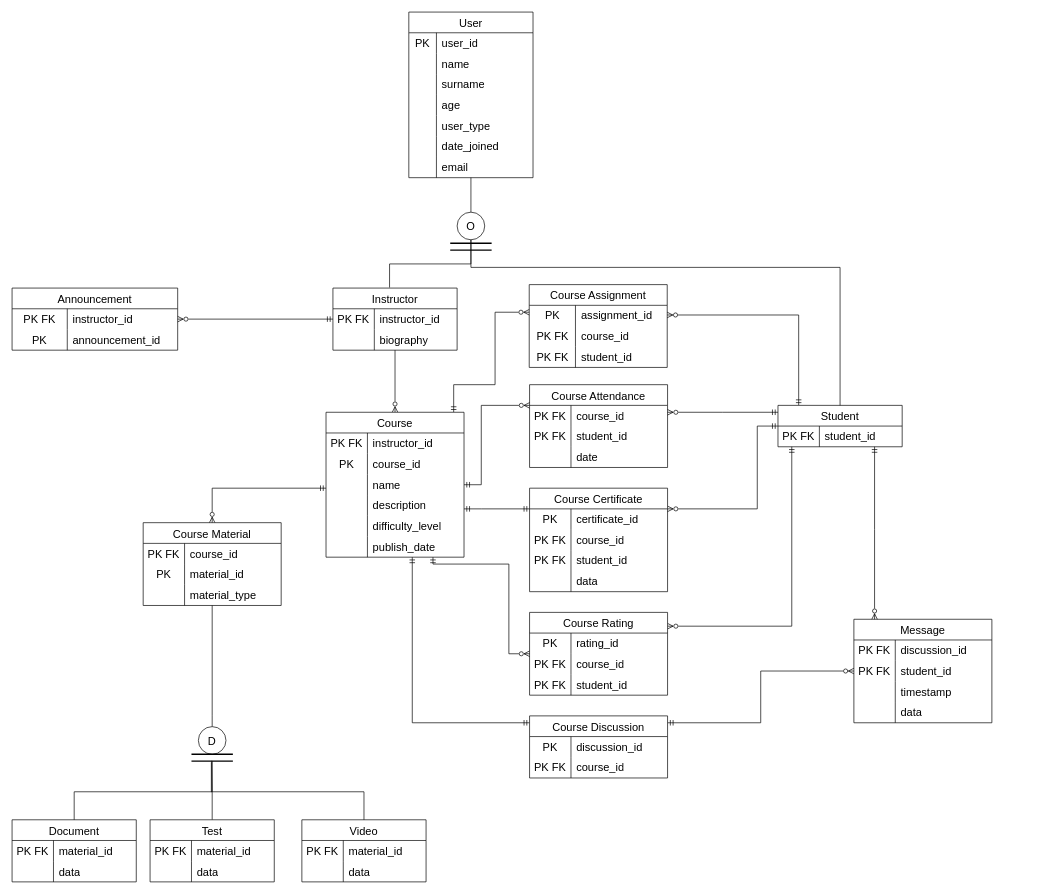
Earlier version of the draw.io diagram Başlıksız Diyagram.drawio (Luieitalian/VTYS). Source tidied: cells renumbered, new cells numbered last; positions are measured from the earlier drawing's top-left corner, leaving out a move shared by most shapes. Both pictures are drawn from the tidied source at 69%, with x=0, y=0 at pixel (12, 12).
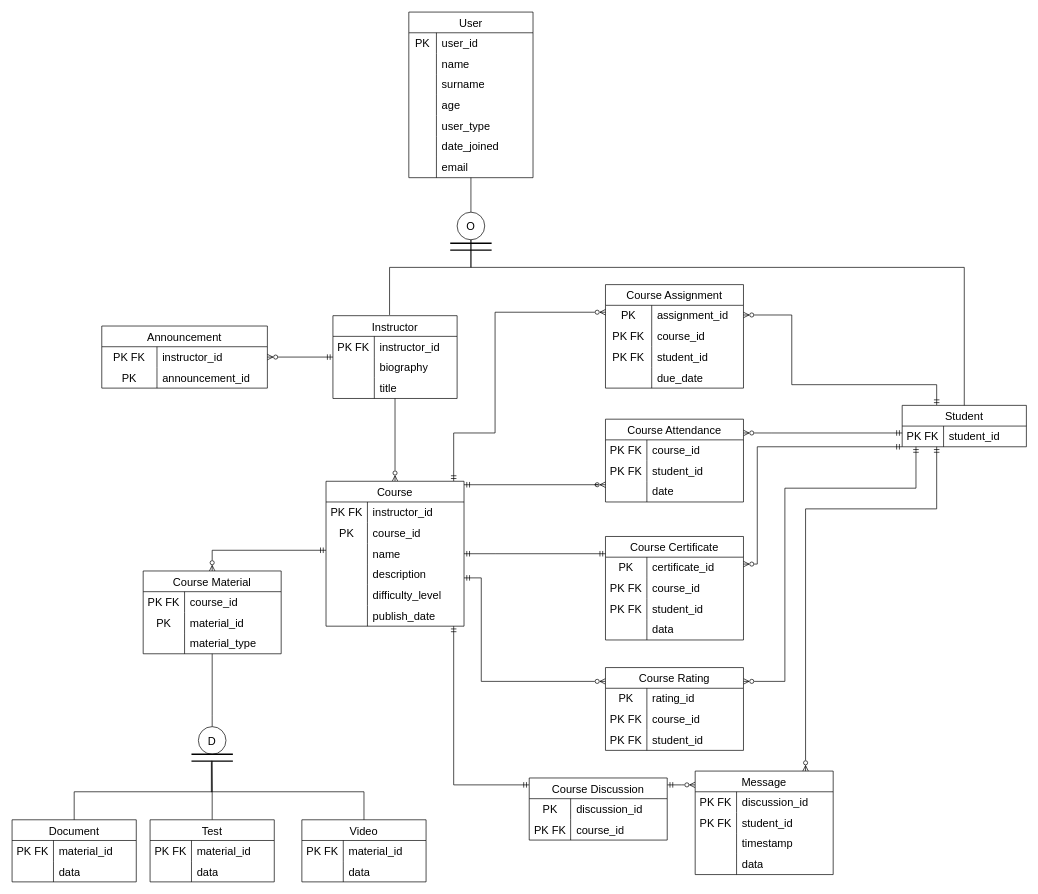
After the change.

Unchanged cells that the change refers to:
```xml
<mxCell id="42" value="O" style="ellipse;whiteSpace=wrap;html=1;fontSize=16;startSize=30;fontStyle=0;" parent="1" vertex="1">
  <mxGeometry x="645" y="290" width="40" height="40" as="geometry" />
</mxCell>
```

Change to the diagram source:
```diff
@@
     <mxCell id="25" style="edgeStyle=orthogonalEdgeStyle;jettySize=auto;html=1;strokeColor=default;rounded=0;startArrow=ERmandOne;startFill=0;endArrow=ERzeroToMany;endFill=0;jumpStyle=none;shadow=0;" parent="1" edge="1" source="49" target="129">
       <mxGeometry relative="1" as="geometry">
         <Array as="points">
-          <mxPoint x="640" y="540" />
-          <mxPoint x="700" y="540" />
+          <mxPoint x="640" y="610" />
+          <mxPoint x="700" y="610" />
           <mxPoint x="700" y="435" />
         </Array>
       </mxGeometry>
     </mxCell>
@@
     <mxCell id="27" value="Instructor" style="shape=table;startSize=30;childLayout=tableLayout;rowLines=0;fontStyle=0;strokeColor=default;fontSize=16;" parent="1" vertex="1">
-      <mxGeometry x="465" y="400" width="180" height="90" as="geometry" />
+      <mxGeometry x="465" y="440" width="180" height="120" as="geometry" />
     </mxCell>
@@
+    <mxCell id="182" style="shape=tableRow;horizontal=0;startSize=0;swimlaneHead=0;swimlaneBody=0;top=0;left=0;bottom=0;right=0;fillColor=none;strokeColor=inherit;fontSize=16;" parent="27" vertex="1">
+      <mxGeometry y="90" width="180" height="30" as="geometry" />
+    </mxCell>
+    <mxCell id="183" style="shape=partialRectangle;html=1;whiteSpace=wrap;fillColor=none;top=0;left=0;bottom=0;right=0;overflow=hidden;strokeColor=inherit;fontSize=16;" parent="182" vertex="1">
+      <mxGeometry width="60" height="30" as="geometry" />
+    </mxCell>
+    <mxCell id="184" value="title" style="shape=partialRectangle;html=1;whiteSpace=wrap;fillColor=none;top=0;left=0;bottom=0;right=0;align=left;spacingLeft=6;overflow=hidden;strokeColor=inherit;fontSize=16;" parent="182" vertex="1">
+      <mxGeometry x="60" width="120" height="30" as="geometry" />
+    </mxCell>
     <mxCell id="34" style="edgeStyle=orthogonalEdgeStyle;rounded=0;jettySize=auto;html=1;startArrow=ERmandOne;startFill=0;endArrow=ERzeroToMany;endFill=0;" parent="1" edge="1" source="37" target="68">
       <mxGeometry relative="1" as="geometry">
         <Array as="points">
-          <mxPoint x="1030" y="580" />
-          <mxPoint x="1030" y="580" />
+          <mxPoint x="1100" y="610" />
+          <mxPoint x="1100" y="610" />
         </Array>
       </mxGeometry>
     </mxCell>
     <mxCell id="35" style="edgeStyle=orthogonalEdgeStyle;rounded=0;jettySize=auto;html=1;startArrow=ERmandOne;startFill=0;endArrow=ERzeroToMany;endFill=0;" parent="1" edge="1" source="37" target="129">
       <mxGeometry relative="1" as="geometry">
         <Array as="points">
-          <mxPoint x="1140" y="439" />
+          <mxPoint x="1340" y="540" />
+          <mxPoint x="1130" y="540" />
+          <mxPoint x="1130" y="439" />
         </Array>
       </mxGeometry>
     </mxCell>
     <mxCell id="36" style="edgeStyle=orthogonalEdgeStyle;rounded=0;jettySize=auto;html=1;endArrow=ERzeroToMany;endFill=0;startArrow=ERmandOne;startFill=0;" parent="1" edge="1" source="37" target="157">
       <mxGeometry relative="1" as="geometry">
         <Array as="points">
-          <mxPoint x="1080" y="720" />
+          <mxPoint x="1080" y="630" />
+          <mxPoint x="1080" y="800" />
         </Array>
       </mxGeometry>
     </mxCell>
     <mxCell id="37" value="Student" style="shape=table;startSize=30;childLayout=tableLayout;rowLines=0;fontStyle=0;strokeColor=default;fontSize=16;" parent="1" vertex="1">
-      <mxGeometry x="1110" y="570" width="180" height="60" as="geometry" />
+      <mxGeometry x="1290" y="570" width="180" height="60" as="geometry" />
     </mxCell>
@@
     <mxCell id="41" style="edgeStyle=orthogonalEdgeStyle;rounded=0;jettySize=auto;html=1;entryX=0.5;entryY=0;entryDx=0;entryDy=0;exitX=0.5;exitY=1;exitDx=0;exitDy=0;endArrow=none;endFill=0;" parent="1" edge="1" source="42" target="37">
       <mxGeometry relative="1" as="geometry">
         <Array as="points">
           <mxPoint x="665" y="370" />
-          <mxPoint x="1200" y="370" />
+          <mxPoint x="1380" y="370" />
         </Array>
       </mxGeometry>
     </mxCell>
@@
     <mxCell id="43" style="edgeStyle=orthogonalEdgeStyle;rounded=0;jettySize=auto;html=1;entryX=0.456;entryY=-0.009;entryDx=0;entryDy=0;entryPerimeter=0;endArrow=none;endFill=0;" parent="1" edge="1" source="42" target="27">
-      <mxGeometry relative="1" as="geometry" />
+      <mxGeometry relative="1" as="geometry">
+        <Array as="points">
+          <mxPoint x="665" y="370" />
+          <mxPoint x="547" y="370" />
+        </Array>
+      </mxGeometry>
     </mxCell>
@@
     <mxCell id="47" style="edgeStyle=orthogonalEdgeStyle;rounded=0;jettySize=auto;html=1;startArrow=ERmandOne;startFill=0;endArrow=ERmandOne;endFill=0;" parent="1" edge="1" source="49" target="108">
       <mxGeometry relative="1" as="geometry">
         <Array as="points">
-          <mxPoint x="580" y="1030" />
+          <mxPoint x="640" y="1120" />
         </Array>
       </mxGeometry>
     </mxCell>
     <mxCell id="48" style="edgeStyle=orthogonalEdgeStyle;rounded=0;jettySize=auto;html=1;endArrow=ERzeroToMany;endFill=0;startArrow=ERmandOne;startFill=0;" parent="1" edge="1" source="49" target="147">
       <mxGeometry relative="1" as="geometry">
         <Array as="points">
-          <mxPoint x="610" y="800" />
-          <mxPoint x="720" y="800" />
-          <mxPoint x="720" y="930" />
+          <mxPoint x="610" y="820" />
+          <mxPoint x="680" y="820" />
+          <mxPoint x="680" y="970" />
         </Array>
       </mxGeometry>
     </mxCell>
     <mxCell id="49" value="Course" style="shape=table;startSize=30;childLayout=tableLayout;rowLines=0;fontStyle=0;strokeColor=default;fontSize=16;" parent="1" vertex="1">
-      <mxGeometry x="455" y="580" width="200" height="210" as="geometry" />
+      <mxGeometry x="455" y="680" width="200" height="210" as="geometry" />
     </mxCell>
@@
     <mxCell id="68" value="Course Attendance" style="shape=table;startSize=30;childLayout=tableLayout;rowLines=0;fontStyle=0;strokeColor=default;fontSize=16;" parent="1" vertex="1">
-      <mxGeometry x="750" y="540" width="200" height="120" as="geometry" />
+      <mxGeometry x="860" y="590" width="200" height="120" as="geometry" />
     </mxCell>
@@
     <mxCell id="79" style="edgeStyle=orthogonalEdgeStyle;rounded=0;jettySize=auto;html=1;startArrow=ERzeroToMany;startFill=0;endArrow=ERmandOne;endFill=0;" parent="1" edge="1" source="80" target="49">
       <mxGeometry relative="1" as="geometry">
         <Array as="points">
-          <mxPoint x="290" y="690" />
+          <mxPoint x="290" y="780" />
         </Array>
       </mxGeometry>
     </mxCell>
     <mxCell id="80" value="Course Material" style="shape=table;startSize=30;childLayout=tableLayout;rowLines=0;fontStyle=0;strokeColor=default;fontSize=16;" parent="1" vertex="1">
-      <mxGeometry x="190" y="740" width="200" height="120" as="geometry" />
+      <mxGeometry x="190" y="810" width="200" height="120" as="geometry" />
     </mxCell>
@@
     <mxCell id="106" style="edgeStyle=orthogonalEdgeStyle;rounded=0;jettySize=auto;html=1;startArrow=ERmandOne;startFill=0;endArrow=ERzeroToMany;endFill=0;" parent="1" edge="1" source="49" target="68">
       <mxGeometry relative="1" as="geometry">
         <Array as="points">
-          <mxPoint x="680" y="685" />
-          <mxPoint x="680" y="570" />
+          <mxPoint x="850" y="685" />
+          <mxPoint x="850" y="685" />
         </Array>
       </mxGeometry>
     </mxCell>
     <mxCell id="107" style="edgeStyle=orthogonalEdgeStyle;rounded=0;jettySize=auto;html=1;startArrow=ERmandOne;startFill=0;endArrow=ERzeroToMany;endFill=0;" parent="1" edge="1" source="108" target="115">
       <mxGeometry relative="1" as="geometry">
         <Array as="points">
-          <mxPoint x="1085" y="1030" />
-          <mxPoint x="1085" y="955" />
+          <mxPoint x="970" y="1120" />
+          <mxPoint x="970" y="1120" />
         </Array>
       </mxGeometry>
     </mxCell>
     <mxCell id="108" value="Course Discussion" style="shape=table;startSize=30;childLayout=tableLayout;rowLines=0;fontStyle=0;strokeColor=default;fontSize=16;" parent="1" vertex="1">
-      <mxGeometry x="750" y="1020" width="200" height="90" as="geometry" />
+      <mxGeometry x="749.5" y="1110" width="200" height="90" as="geometry" />
     </mxCell>
@@
     <mxCell id="115" value="Message" style="shape=table;startSize=30;childLayout=tableLayout;rowLines=0;fontStyle=0;strokeColor=default;fontSize=16;" parent="1" vertex="1">
-      <mxGeometry x="1220" y="880" width="200" height="150" as="geometry" />
+      <mxGeometry x="990" y="1100" width="200" height="150" as="geometry" />
     </mxCell>
@@
     <mxCell id="128" style="edgeStyle=orthogonalEdgeStyle;rounded=0;jettySize=auto;html=1;startArrow=ERmandOne;startFill=0;endArrow=ERzeroToMany;endFill=0;" parent="1" edge="1" source="37" target="115">
       <mxGeometry relative="1" as="geometry">
         <Array as="points">
-          <mxPoint x="1250" y="750" />
-          <mxPoint x="1250" y="750" />
+          <mxPoint x="1340" y="720" />
+          <mxPoint x="1150" y="720" />
         </Array>
       </mxGeometry>
     </mxCell>
     <mxCell id="129" value="Course Assignment" style="shape=table;startSize=30;childLayout=tableLayout;rowLines=0;fontStyle=0;strokeColor=default;fontSize=16;" parent="1" vertex="1">
-      <mxGeometry x="749.5" y="395" width="200" height="120" as="geometry" />
+      <mxGeometry x="860" y="395" width="200" height="150" as="geometry" />
     </mxCell>
@@
+    <mxCell id="185" style="shape=tableRow;horizontal=0;startSize=0;swimlaneHead=0;swimlaneBody=0;top=0;left=0;bottom=0;right=0;fillColor=none;strokeColor=inherit;fontSize=16;" parent="129" vertex="1">
+      <mxGeometry y="120" width="200" height="30" as="geometry" />
+    </mxCell>
+    <mxCell id="186" style="shape=partialRectangle;html=1;whiteSpace=wrap;fillColor=none;top=0;left=0;bottom=0;right=0;overflow=hidden;strokeColor=inherit;fontSize=16;" parent="185" vertex="1">
+      <mxGeometry width="67" height="30" as="geometry" />
+    </mxCell>
+    <mxCell id="187" value="due_date" style="shape=partialRectangle;html=1;whiteSpace=wrap;fillColor=none;top=0;left=0;bottom=0;right=0;align=left;spacingLeft=6;overflow=hidden;strokeColor=inherit;fontSize=16;" parent="185" vertex="1">
+      <mxGeometry x="67" width="133" height="30" as="geometry" />
+    </mxCell>
     <mxCell id="139" value="Announcement" style="shape=table;startSize=30;childLayout=tableLayout;rowLines=0;fontStyle=0;strokeColor=default;fontSize=16;" parent="1" vertex="1">
-      <mxGeometry y="400" width="240" height="90" as="geometry" />
+      <mxGeometry x="130" y="455" width="240" height="90" as="geometry" />
     </mxCell>
@@
     <mxCell id="146" style="edgeStyle=orthogonalEdgeStyle;rounded=0;jettySize=auto;html=1;startArrow=ERzeroToMany;startFill=0;endArrow=ERmandOne;endFill=0;" parent="1" edge="1" source="147" target="37">
       <mxGeometry relative="1" as="geometry">
         <Array as="points">
-          <mxPoint x="1130" y="890" />
+          <mxPoint x="1120" y="970" />
+          <mxPoint x="1120" y="690" />
+          <mxPoint x="1310" y="690" />
         </Array>
       </mxGeometry>
     </mxCell>
     <mxCell id="147" value="Course Rating" style="shape=table;startSize=30;childLayout=tableLayout;rowLines=0;fontStyle=0;strokeColor=default;fontSize=16;" parent="1" vertex="1">
-      <mxGeometry x="750" y="870" width="200" height="120" as="geometry" />
+      <mxGeometry x="860" y="950" width="200" height="120" as="geometry" />
     </mxCell>
@@
     <mxCell id="157" value="Course Certificate" style="shape=table;startSize=30;childLayout=tableLayout;rowLines=0;fontStyle=0;strokeColor=default;fontSize=16;" parent="1" vertex="1">
-      <mxGeometry x="750" y="690" width="200" height="150" as="geometry" />
+      <mxGeometry x="860" y="760" width="200" height="150" as="geometry" />
     </mxCell>
@@
     <mxCell id="170" style="edgeStyle=orthogonalEdgeStyle;rounded=0;jettySize=auto;html=1;startArrow=ERmandOne;startFill=0;endArrow=ERmandOne;endFill=0;" parent="1" edge="1" source="49" target="157">
       <mxGeometry relative="1" as="geometry">
         <Array as="points">
-          <mxPoint x="680" y="720" />
-          <mxPoint x="680" y="720" />
+          <mxPoint x="700" y="785" />
+          <mxPoint x="700" y="785" />
         </Array>
       </mxGeometry>
     </mxCell>
```
